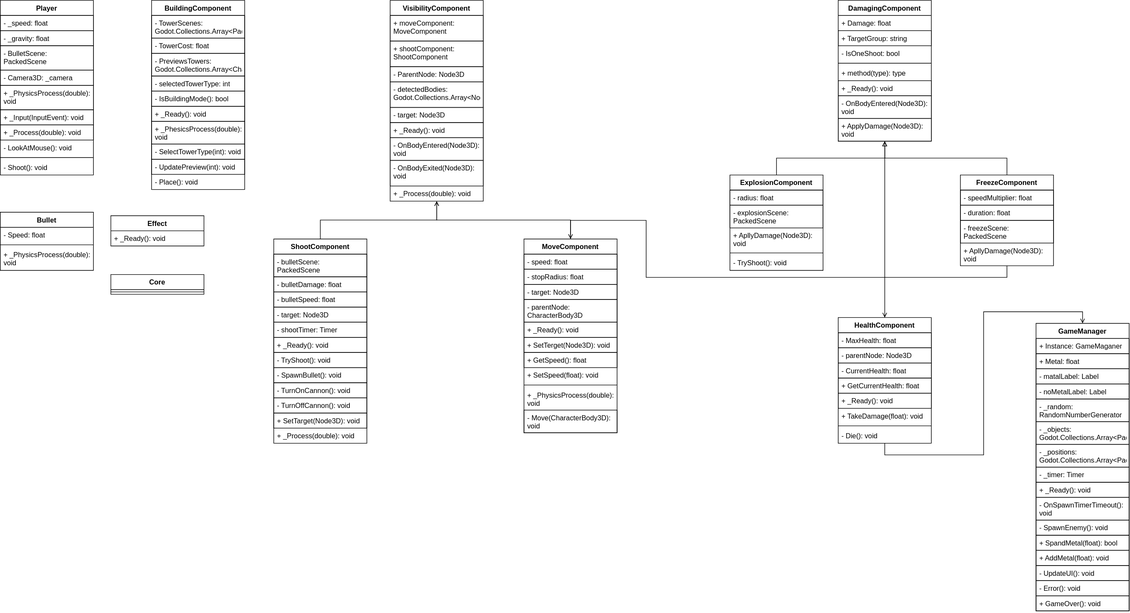
The draw.io diagram materials/lab-3.svg in lblack008/lab-3, before a commit. Source tidied: cells renumbered, new cells last; positions are measured from the earlier drawing's top-left corner, leaving out a move shared by most shapes.
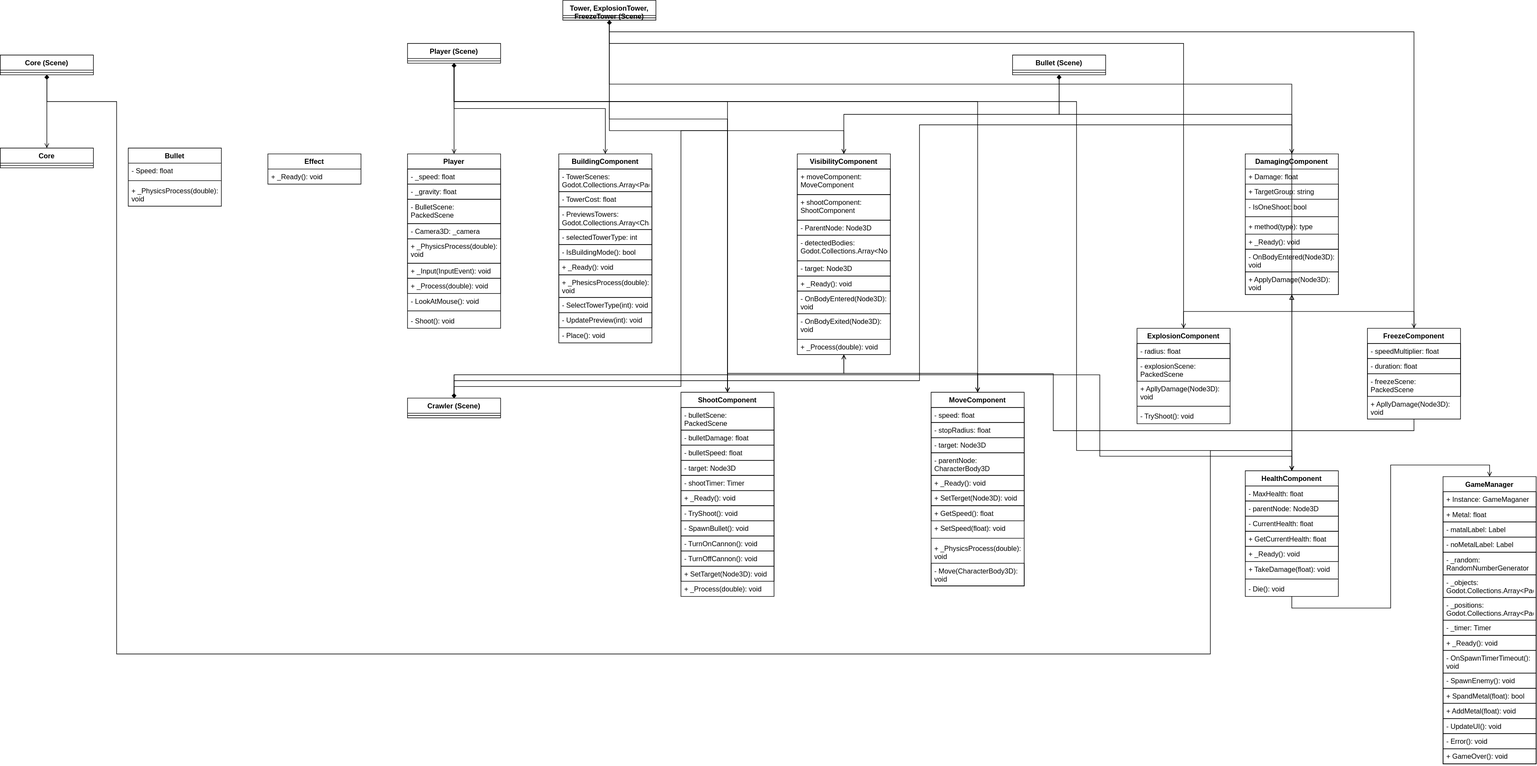
The same file after the commit.

Change to the diagram source:
```diff
@@ -264,7 +264,7 @@
       <mxGeometry y="274" width="160" height="26" as="geometry" />
     </mxCell>
     <mxCell id="89" value="Bullet" style="swimlane;fontStyle=1;align=center;verticalAlign=top;horizontal=1;startSize=26;whiteSpace=wrap;html=1;" parent="1" vertex="1">
-      <mxGeometry y="364" width="160" height="100" as="geometry" />
+      <mxGeometry x="-480" y="-10" width="160" height="100" as="geometry" />
     </mxCell>
     <mxCell id="90" value="- Speed: float" style="text;strokeColor=none;fillColor=none;align=left;verticalAlign=top;spacingLeft=4;spacingRight=4;overflow=hidden;whiteSpace=wrap;html=1;" parent="89" vertex="1">
       <mxGeometry y="26" width="160" height="26" as="geometry" />
@@ -276,7 +276,7 @@
       <mxGeometry y="60" width="160" height="40" as="geometry" />
     </mxCell>
     <mxCell id="93" value="Core" style="swimlane;fontStyle=1;align=center;verticalAlign=top;horizontal=1;startSize=26;whiteSpace=wrap;html=1;" parent="1" vertex="1">
-      <mxGeometry x="190" y="471" width="160" height="34" as="geometry" />
+      <mxGeometry x="-700" y="-10" width="160" height="34" as="geometry" />
     </mxCell>
     <mxCell id="94" style="line;strokeWidth=1;fillColor=none;align=left;verticalAlign=middle;spacingTop=-1;spacingLeft=3;spacingRight=3;labelPosition=right;strokeColor=inherit;" parent="93" vertex="1">
       <mxGeometry y="26" width="160" height="8" as="geometry" />
@@ -333,7 +333,7 @@
       <mxGeometry y="468" width="160" height="26" as="geometry" />
     </mxCell>
     <mxCell id="112" value="Effect" style="swimlane;fontStyle=1;align=center;verticalAlign=top;horizontal=1;startSize=26;whiteSpace=wrap;html=1;" parent="1" vertex="1">
-      <mxGeometry x="190" y="370" width="160" height="52" as="geometry" />
+      <mxGeometry x="-240" width="160" height="52" as="geometry" />
     </mxCell>
     <mxCell id="113" value="+ _Ready(): void" style="text;strokeColor=none;fillColor=none;align=left;verticalAlign=top;spacingLeft=4;spacingRight=4;overflow=hidden;whiteSpace=wrap;html=1;" parent="112" vertex="1">
       <mxGeometry y="26" width="160" height="26" as="geometry" />
@@ -363,5 +363,166 @@
     <mxCell id="119" value="+ ApllyDamage(Node3D): void" style="text;strokeColor=none;fillColor=none;align=left;verticalAlign=top;spacingLeft=4;spacingRight=4;overflow=hidden;whiteSpace=wrap;html=1;" parent="115" vertex="1">
       <mxGeometry y="117" width="160" height="39" as="geometry" />
     </mxCell>
+    <mxCell id="120" style="edgeStyle=orthogonalEdgeStyle;rounded=0;jettySize=auto;html=1;defaultLabelBackgroundColor=page;startArrow=diamond;startFill=1;endArrow=open;endFill=0;" parent="1" edge="1" source="122" target="93">
+      <mxGeometry relative="1" as="geometry" />
+    </mxCell>
+    <mxCell id="121" style="edgeStyle=orthogonalEdgeStyle;rounded=0;jettySize=auto;html=1;defaultLabelBackgroundColor=page;exitX=0.5;exitY=1;exitDx=0;exitDy=0;endArrow=open;endFill=0;entryX=0.5;entryY=0;entryDx=0;entryDy=0;" parent="1" edge="1" source="122" target="13">
+      <mxGeometry x="0.04" relative="1" as="geometry">
+        <Array as="points">
+          <mxPoint x="-620" y="-90" />
+          <mxPoint x="-500" y="-90" />
+          <mxPoint x="-500" y="860" />
+          <mxPoint x="1380" y="860" />
+          <mxPoint x="1380" y="510" />
+          <mxPoint x="1520" y="510" />
+        </Array>
+      </mxGeometry>
+    </mxCell>
+    <mxCell id="122" value="Core (Scene)" style="swimlane;fontStyle=1;align=center;verticalAlign=top;horizontal=1;startSize=26;whiteSpace=wrap;html=1;" parent="1" vertex="1">
+      <mxGeometry x="-700" y="-170" width="160" height="34" as="geometry" />
+    </mxCell>
+    <mxCell id="123" style="line;strokeWidth=1;fillColor=none;align=left;verticalAlign=middle;spacingTop=-1;spacingLeft=3;spacingRight=3;labelPosition=right;strokeColor=inherit;labelPerimeter=1;" parent="122" vertex="1">
+      <mxGeometry y="26" width="160" height="8" as="geometry" />
+    </mxCell>
+    <mxCell id="124" style="edgeStyle=orthogonalEdgeStyle;rounded=0;jettySize=auto;html=1;entryX=0.5;entryY=0;entryDx=0;entryDy=0;defaultLabelBackgroundColor=page;endArrow=open;endFill=0;startArrow=diamond;startFill=1;" parent="1" edge="1" source="129" target="78">
+      <mxGeometry relative="1" as="geometry" />
+    </mxCell>
+    <mxCell id="125" style="edgeStyle=orthogonalEdgeStyle;rounded=0;jettySize=auto;html=1;entryX=0.5;entryY=0;entryDx=0;entryDy=0;defaultLabelBackgroundColor=page;endArrow=open;endFill=0;exitX=0.5;exitY=1;exitDx=0;exitDy=0;" parent="1" edge="1" source="129" target="23">
+      <mxGeometry relative="1" as="geometry">
+        <Array as="points">
+          <mxPoint x="80" y="-90" />
+          <mxPoint x="550" y="-90" />
+        </Array>
+      </mxGeometry>
+    </mxCell>
+    <mxCell id="126" style="edgeStyle=orthogonalEdgeStyle;rounded=0;jettySize=auto;html=1;entryX=0.5;entryY=0;entryDx=0;entryDy=0;defaultLabelBackgroundColor=page;endArrow=open;endFill=0;exitX=0.5;exitY=1;exitDx=0;exitDy=0;" parent="1" edge="1" source="129" target="48">
+      <mxGeometry relative="1" as="geometry">
+        <Array as="points">
+          <mxPoint x="80" y="-90" />
+          <mxPoint x="980" y="-90" />
+        </Array>
+      </mxGeometry>
+    </mxCell>
+    <mxCell id="127" style="edgeStyle=orthogonalEdgeStyle;rounded=0;jettySize=auto;html=1;entryX=0.5;entryY=0;entryDx=0;entryDy=0;defaultLabelBackgroundColor=page;endArrow=open;endFill=0;" parent="1" edge="1" source="129" target="13">
+      <mxGeometry relative="1" as="geometry">
+        <Array as="points">
+          <mxPoint x="80" y="-90" />
+          <mxPoint x="1150" y="-90" />
+          <mxPoint x="1150" y="510" />
+          <mxPoint x="1520" y="510" />
+        </Array>
+      </mxGeometry>
+    </mxCell>
+    <mxCell id="128" style="edgeStyle=orthogonalEdgeStyle;rounded=0;jettySize=auto;html=1;entryX=0.5;entryY=0;entryDx=0;entryDy=0;defaultLabelBackgroundColor=page;exitX=0.5;exitY=1;exitDx=0;exitDy=0;endArrow=open;endFill=0;" parent="1" edge="1" source="129" target="36">
+      <mxGeometry relative="1" as="geometry" />
+    </mxCell>
+    <mxCell id="129" value="Player (Scene)" style="swimlane;fontStyle=1;align=center;verticalAlign=top;horizontal=1;startSize=26;whiteSpace=wrap;html=1;" parent="1" vertex="1">
+      <mxGeometry y="-190" width="160" height="34" as="geometry" />
+    </mxCell>
+    <mxCell id="130" style="line;strokeWidth=1;fillColor=none;align=left;verticalAlign=middle;spacingTop=-1;spacingLeft=3;spacingRight=3;labelPosition=right;strokeColor=inherit;labelPerimeter=1;" parent="129" vertex="1">
+      <mxGeometry y="26" width="160" height="8" as="geometry" />
+    </mxCell>
+    <mxCell id="131" style="edgeStyle=orthogonalEdgeStyle;rounded=0;jettySize=auto;html=1;entryX=0.5;entryY=0;entryDx=0;entryDy=0;defaultLabelBackgroundColor=page;endArrow=open;endFill=0;startArrow=diamond;startFill=1;" parent="1" edge="1" source="135" target="48">
+      <mxGeometry x="0.09" relative="1" as="geometry">
+        <Array as="points">
+          <mxPoint x="80" y="380" />
+          <mxPoint x="980" y="380" />
+        </Array>
+      </mxGeometry>
+    </mxCell>
+    <mxCell id="132" style="edgeStyle=orthogonalEdgeStyle;rounded=0;jettySize=auto;html=1;entryX=0.5;entryY=0;entryDx=0;entryDy=0;defaultLabelBackgroundColor=page;endArrow=open;endFill=0;" parent="1" edge="1" source="135" target="13">
+      <mxGeometry relative="1" as="geometry">
+        <Array as="points">
+          <mxPoint x="80" y="380" />
+          <mxPoint x="1190" y="380" />
+          <mxPoint x="1190" y="520" />
+          <mxPoint x="1520" y="520" />
+        </Array>
+      </mxGeometry>
+    </mxCell>
+    <mxCell id="133" style="edgeStyle=orthogonalEdgeStyle;rounded=0;jettySize=auto;html=1;entryX=0.5;entryY=0;entryDx=0;entryDy=0;defaultLabelBackgroundColor=page;endArrow=open;endFill=0;" parent="1" edge="1" source="135" target="3">
+      <mxGeometry relative="1" as="geometry">
+        <Array as="points">
+          <mxPoint x="80" y="390" />
+          <mxPoint x="880" y="390" />
+          <mxPoint x="880" y="-50" />
+          <mxPoint x="1520" y="-50" />
+        </Array>
+      </mxGeometry>
+    </mxCell>
+    <mxCell id="134" style="edgeStyle=orthogonalEdgeStyle;rounded=0;jettySize=auto;html=1;entryX=0.5;entryY=0;entryDx=0;entryDy=0;defaultLabelBackgroundColor=page;endArrow=open;endFill=0;" parent="1" edge="1" source="135" target="68">
+      <mxGeometry x="0.02" relative="1" as="geometry">
+        <Array as="points">
+          <mxPoint x="80" y="400" />
+          <mxPoint x="470" y="400" />
+          <mxPoint x="470" y="-40" />
+          <mxPoint x="750" y="-40" />
+        </Array>
+      </mxGeometry>
+    </mxCell>
+    <mxCell id="135" value="Crawler (Scene)" style="swimlane;fontStyle=1;align=center;verticalAlign=top;horizontal=1;startSize=26;whiteSpace=wrap;html=1;" parent="1" vertex="1">
+      <mxGeometry y="420" width="160" height="34" as="geometry" />
+    </mxCell>
+    <mxCell id="136" style="line;strokeWidth=1;fillColor=none;align=left;verticalAlign=middle;spacingTop=-1;spacingLeft=3;spacingRight=3;labelPosition=right;strokeColor=inherit;labelPerimeter=1;" parent="135" vertex="1">
+      <mxGeometry y="26" width="160" height="8" as="geometry" />
+    </mxCell>
+    <mxCell id="137" style="edgeStyle=orthogonalEdgeStyle;rounded=0;jettySize=auto;html=1;entryX=0.5;entryY=0;entryDx=0;entryDy=0;defaultLabelBackgroundColor=page;exitX=0.5;exitY=1;exitDx=0;exitDy=0;endArrow=open;endFill=0;startArrow=diamond;startFill=1;" parent="1" edge="1" source="139" target="68">
+      <mxGeometry relative="1" as="geometry" />
+    </mxCell>
+    <mxCell id="138" style="edgeStyle=orthogonalEdgeStyle;rounded=0;jettySize=auto;html=1;entryX=0.5;entryY=0;entryDx=0;entryDy=0;defaultLabelBackgroundColor=page;exitX=0.5;exitY=1;exitDx=0;exitDy=0;endArrow=open;endFill=0;" parent="1" edge="1" source="139" target="3">
+      <mxGeometry relative="1" as="geometry" />
+    </mxCell>
+    <mxCell id="139" value="Bullet (Scene)" style="swimlane;fontStyle=1;align=center;verticalAlign=top;horizontal=1;startSize=26;whiteSpace=wrap;html=1;" parent="1" vertex="1">
+      <mxGeometry x="1040" y="-170" width="160" height="34" as="geometry" />
+    </mxCell>
+    <mxCell id="140" style="line;strokeWidth=1;fillColor=none;align=left;verticalAlign=middle;spacingTop=-1;spacingLeft=3;spacingRight=3;labelPosition=right;strokeColor=inherit;labelPerimeter=1;" parent="139" vertex="1">
+      <mxGeometry y="26" width="160" height="8" as="geometry" />
+    </mxCell>
+    <mxCell id="141" style="edgeStyle=orthogonalEdgeStyle;rounded=0;jettySize=auto;html=1;entryX=0.5;entryY=0;entryDx=0;entryDy=0;defaultLabelBackgroundColor=page;exitX=0.5;exitY=1;exitDx=0;exitDy=0;endArrow=open;endFill=0;startArrow=diamond;startFill=1;" parent="1" edge="1" source="146" target="23">
+      <mxGeometry relative="1" as="geometry">
+        <Array as="points">
+          <mxPoint x="347" y="-40" />
+          <mxPoint x="550" y="-40" />
+        </Array>
+      </mxGeometry>
+    </mxCell>
+    <mxCell id="142" style="edgeStyle=orthogonalEdgeStyle;rounded=0;jettySize=auto;html=1;entryX=0.5;entryY=0;entryDx=0;entryDy=0;defaultLabelBackgroundColor=page;exitX=0.5;exitY=1;exitDx=0;exitDy=0;endArrow=open;endFill=0;" parent="1" edge="1" source="146" target="23">
+      <mxGeometry relative="1" as="geometry">
+        <Array as="points">
+          <mxPoint x="347" y="-60" />
+          <mxPoint x="550" y="-60" />
+        </Array>
+      </mxGeometry>
+    </mxCell>
+    <mxCell id="143" style="edgeStyle=orthogonalEdgeStyle;rounded=0;jettySize=auto;html=1;entryX=0.5;entryY=0;entryDx=0;entryDy=0;defaultLabelBackgroundColor=page;endArrow=open;endFill=0;" parent="1" edge="1" source="146" target="13">
+      <mxGeometry relative="1" as="geometry">
+        <Array as="points">
+          <mxPoint x="347" y="-120" />
+          <mxPoint x="1520" y="-120" />
+        </Array>
+      </mxGeometry>
+    </mxCell>
+    <mxCell id="144" style="edgeStyle=orthogonalEdgeStyle;rounded=0;jettySize=auto;html=1;entryX=0.5;entryY=0;entryDx=0;entryDy=0;defaultLabelBackgroundColor=page;endArrow=open;endFill=0;" parent="1" edge="1" source="146" target="61">
+      <mxGeometry relative="1" as="geometry">
+        <Array as="points">
+          <mxPoint x="347" y="-190" />
+          <mxPoint x="1334" y="-190" />
+        </Array>
+      </mxGeometry>
+    </mxCell>
+    <mxCell id="145" style="edgeStyle=orthogonalEdgeStyle;rounded=0;jettySize=auto;html=1;entryX=0.5;entryY=0;entryDx=0;entryDy=0;defaultLabelBackgroundColor=page;endArrow=open;endFill=0;" parent="1" edge="1" source="146" target="115">
+      <mxGeometry relative="1" as="geometry">
+        <Array as="points">
+          <mxPoint x="347" y="-210" />
+          <mxPoint x="1730" y="-210" />
+        </Array>
+      </mxGeometry>
+    </mxCell>
+    <mxCell id="146" value="Tower, ExplosionTower, FreezeTower (Scene)" style="swimlane;fontStyle=1;align=center;verticalAlign=top;horizontal=1;startSize=26;whiteSpace=wrap;html=1;" parent="1" vertex="1">
+      <mxGeometry x="267" y="-264" width="160" height="34" as="geometry" />
+    </mxCell>
+    <mxCell id="147" style="line;strokeWidth=1;fillColor=none;align=left;verticalAlign=middle;spacingTop=-1;spacingLeft=3;spacingRight=3;labelPosition=right;strokeColor=inherit;labelPerimeter=1;" parent="146" vertex="1">
+      <mxGeometry y="26" width="160" height="8" as="geometry" />
+    </mxCell>
   </root>
 </mxGraphModel>
```
